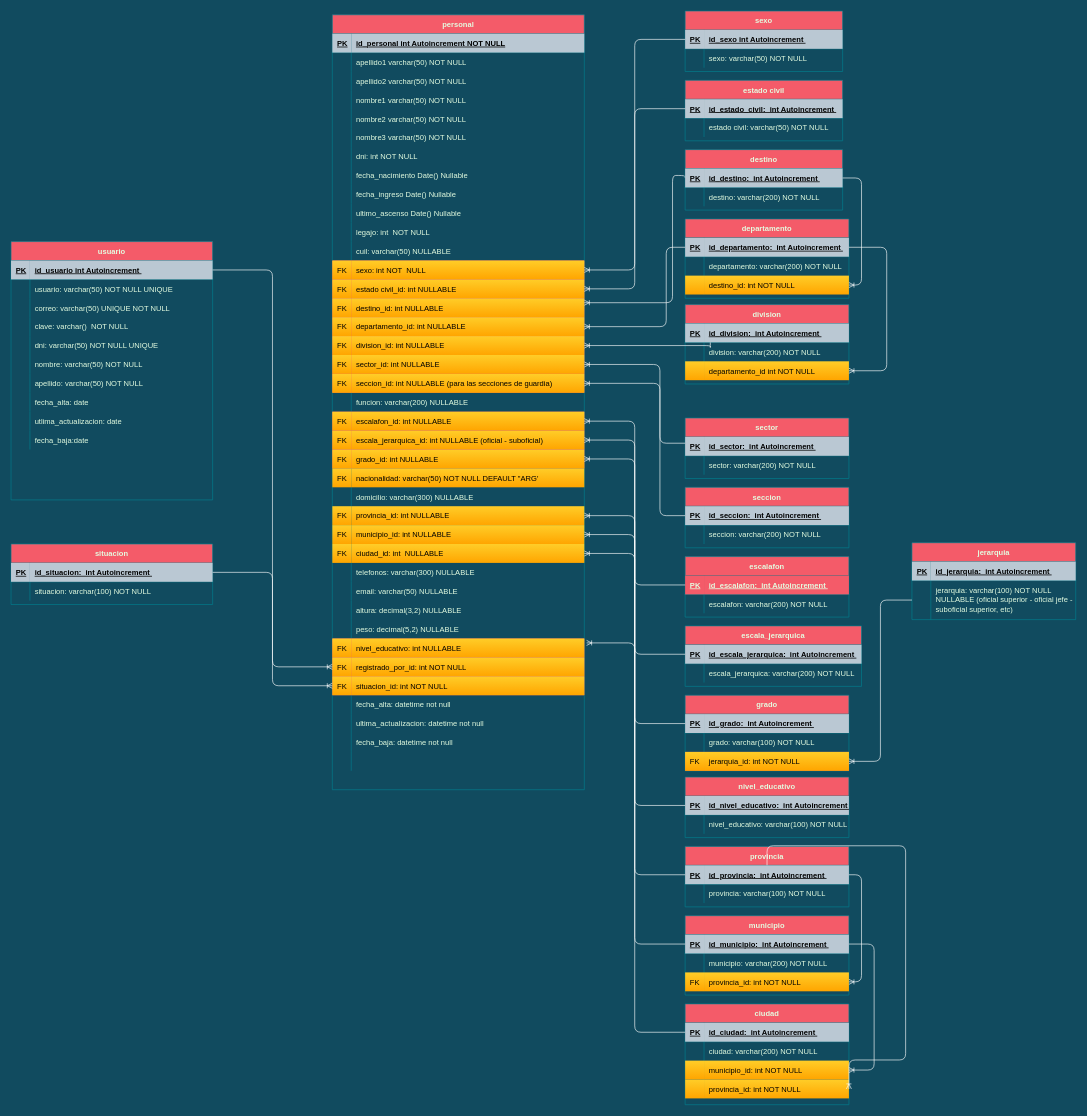
Before: Cuerpo Penitenciario.drawio in FSALVA157/EsquemasER, a draw.io diagram. Source tidied: cells renumbered, new cells numbered last; positions are measured from the earlier drawing's top-left corner, leaving out a move shared by most shapes. Both pictures are drawn from the tidied source at 63%, with x=0, y=0 at pixel (11, 11).
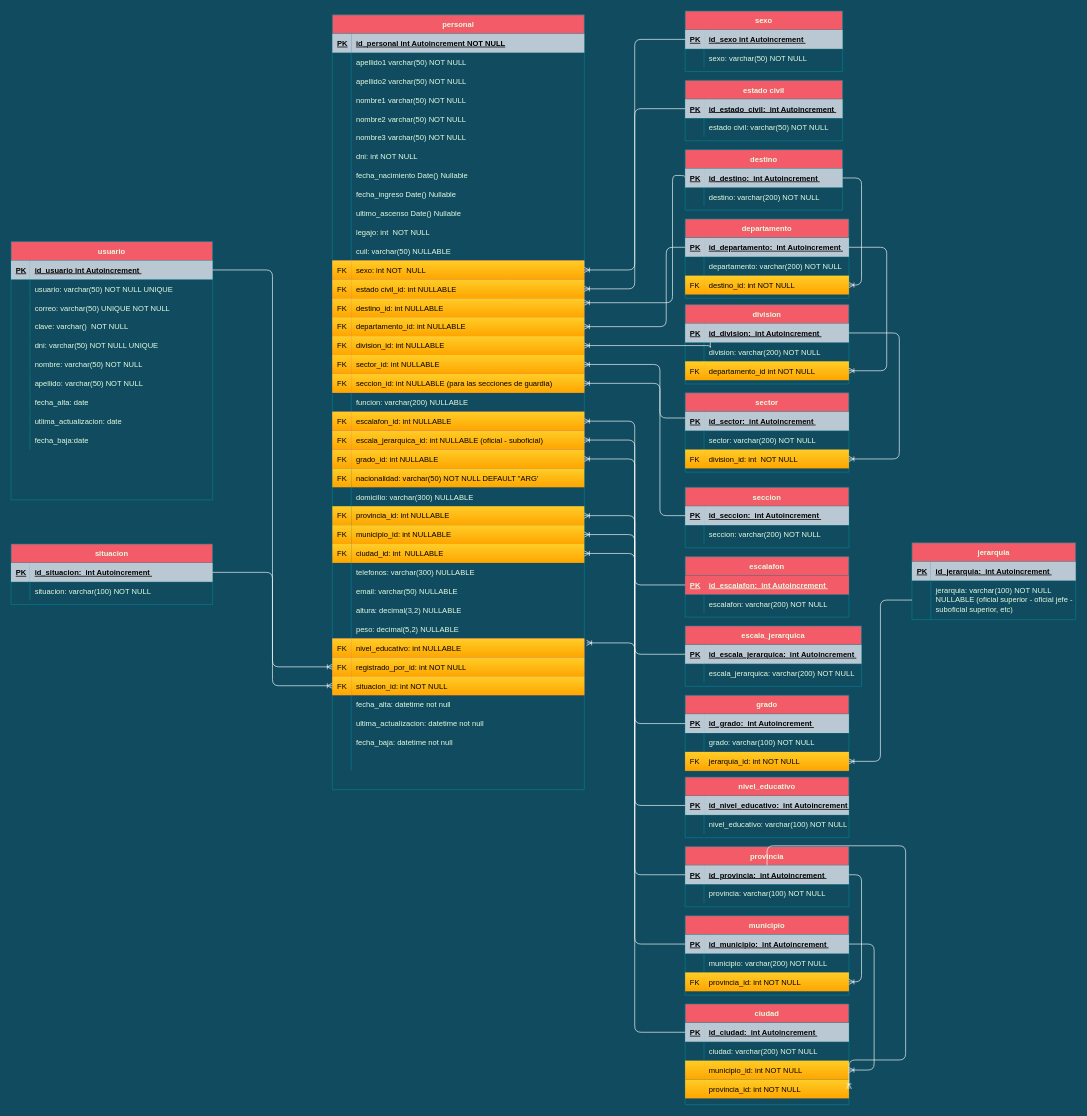
The same diagram, later.

The change refers to these unchanged cells:
```xml
<mxCell id="54" style="shape=partialRectangle;fillColor=#F45B69;points=[[0,0.5],[1,0.5]];portConstraint=eastwest;top=0;left=0;right=0;bottom=0;strokeColor=#028090;fontColor=#E4FDE1;" parent="2" vertex="1">
  <mxGeometry y="540" width="400" height="30" as="geometry" />
</mxCell>
<mxCell id="149" style="shape=partialRectangle;fillColor=none;points=[[0,0.5],[1,0.5]];portConstraint=eastwest;top=0;left=0;right=0;bottom=0;strokeColor=#028090;fontColor=#E4FDE1;" parent="142" vertex="1">
  <mxGeometry y="90" width="260" height="30" as="geometry" />
</mxCell>
<mxCell id="153" style="shape=partialRectangle;fillColor=none;points=[[0,0.5],[1,0.5]];portConstraint=eastwest;top=0;left=0;right=0;bottom=1;strokeColor=#028090;fontColor=#E4FDE1;" parent="152" vertex="1">
  <mxGeometry y="30" width="260" height="30" as="geometry" />
</mxCell>
<mxCell id="159" style="shape=partialRectangle;fillColor=none;points=[[0,0.5],[1,0.5]];portConstraint=eastwest;top=0;left=0;right=0;bottom=0;strokeColor=#028090;fontColor=#E4FDE1;" parent="152" vertex="1">
  <mxGeometry y="90" width="260" height="30" as="geometry" />
</mxCell>
<mxCell id="163" style="shape=partialRectangle;fillColor=none;points=[[0,0.5],[1,0.5]];portConstraint=eastwest;top=0;left=0;right=0;bottom=1;strokeColor=#028090;fontColor=#E4FDE1;" parent="162" vertex="1">
  <mxGeometry y="30" width="260" height="30" as="geometry" />
</mxCell>
```

Change to the diagram source:
```diff
@@
-    <mxCell id="150" style="shape=partialRectangle;overflow=hidden;fillColor=#ffcd28;top=0;left=0;bottom=0;right=0;strokeColor=#d79b00;fontColor=#000000;align=left;strokeWidth=1;gradientColor=#ffa500;spacingLeft=6;" parent="149" vertex="1">
+    <mxCell id="150" value="FK" style="shape=partialRectangle;overflow=hidden;fillColor=#ffcd28;top=0;left=0;bottom=0;right=0;strokeColor=#d79b00;fontColor=#000000;align=left;strokeWidth=1;gradientColor=#ffa500;spacingLeft=6;" parent="149" vertex="1">
       <mxGeometry width="30" height="30" as="geometry" />
     </mxCell>
@@
-    <mxCell id="160" style="shape=partialRectangle;overflow=hidden;fillColor=#ffcd28;top=0;left=0;bottom=0;right=0;strokeColor=#d79b00;fontColor=#000000;align=left;strokeWidth=1;gradientColor=#ffa500;spacingLeft=6;" parent="159" vertex="1">
+    <mxCell id="160" value="FK" style="shape=partialRectangle;overflow=hidden;fillColor=#ffcd28;top=0;left=0;bottom=0;right=0;strokeColor=#d79b00;fontColor=#000000;align=left;strokeWidth=1;gradientColor=#ffa500;spacingLeft=6;" parent="159" vertex="1">
       <mxGeometry width="30" height="30" as="geometry" />
     </mxCell>
@@
     <mxCell id="162" value="sector" style="shape=table;startSize=30;childLayout=tableLayout;rowLines=0;fontStyle=1;align=center;fillColor=#F45B69;strokeColor=#028090;fontColor=#E4FDE1;" parent="1" vertex="1">
-      <mxGeometry x="1070" y="646" width="260" height="96" as="geometry" />
+      <mxGeometry x="1070" y="606" width="260" height="126" as="geometry" />
     </mxCell>
@@
+    <mxCell id="303" style="shape=partialRectangle;fillColor=none;points=[[0,0.5],[1,0.5]];portConstraint=eastwest;top=0;left=0;right=0;bottom=0;strokeColor=#028090;fontColor=#E4FDE1;" parent="162" vertex="1">
+      <mxGeometry y="90" width="260" height="30" as="geometry" />
+    </mxCell>
+    <mxCell id="304" value="FK" style="shape=partialRectangle;overflow=hidden;fillColor=#ffcd28;top=0;left=0;bottom=0;right=0;strokeColor=#d79b00;fontColor=#000000;align=left;strokeWidth=1;gradientColor=#ffa500;spacingLeft=6;" parent="303" vertex="1">
+      <mxGeometry width="30" height="30" as="geometry" />
+    </mxCell>
+    <mxCell id="305" value="division_id: int  NOT NULL" style="shape=partialRectangle;overflow=hidden;fillColor=#ffcd28;top=0;left=0;bottom=0;right=0;align=left;spacingLeft=6;strokeColor=#d79b00;fontColor=#000000;strokeWidth=1;gradientColor=#ffa500;" parent="303" vertex="1">
+      <mxGeometry x="30" width="230" height="30" as="geometry" />
+    </mxCell>
@@
     <mxCell id="173" style="edgeStyle=orthogonalEdgeStyle;jettySize=auto;html=1;entryX=1;entryY=0.5;entryDx=0;entryDy=0;endArrow=ERoneToMany;endFill=0;strokeColor=#FFFFFF;fontColor=#000000;labelBackgroundColor=#ffffff;" parent="1" edge="1" source="163" target="54">
       <mxGeometry relative="1" as="geometry">
         <Array as="points">
-          <mxPoint x="1030" y="686" />
+          <mxPoint x="1030" y="646" />
           <mxPoint x="1030" y="561" />
         </Array>
       </mxGeometry>
     </mxCell>
@@
+    <mxCell id="306" style="edgeStyle=orthogonalEdgeStyle;rounded=1;jettySize=auto;html=1;entryX=1;entryY=0.5;entryDx=0;entryDy=0;strokeColor=#FFFFFF;endFill=0;endArrow=ERoneToMany;" parent="1" edge="1" source="153" target="303">
+      <mxGeometry relative="1" as="geometry">
+        <Array as="points">
+          <mxPoint x="1410" y="511" />
+          <mxPoint x="1410" y="711" />
+        </Array>
+      </mxGeometry>
+    </mxCell>
```
